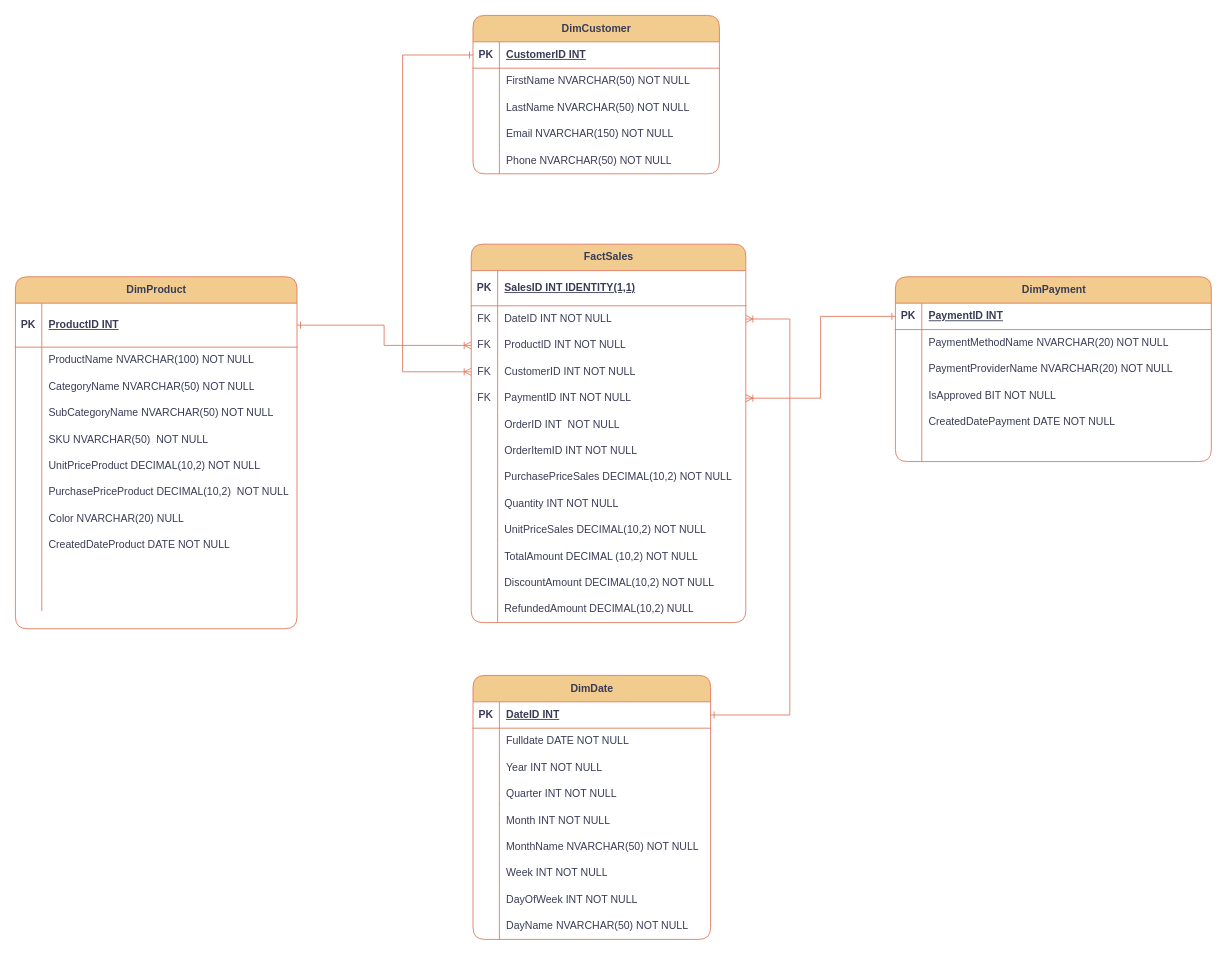
dargys/KimmosLektion keeps this draw.io diagram as page "Star" (1 of 2) of Star and Snowflake - v4.drawio. Above is the earlier version. Source tidied: cells renumbered, new cells numbered last; positions are measured from the earlier drawing's top-left corner, leaving out a move shared by most shapes. Both pictures are drawn from the tidied source at 88%, with x=0, y=0 at pixel (15, 15).
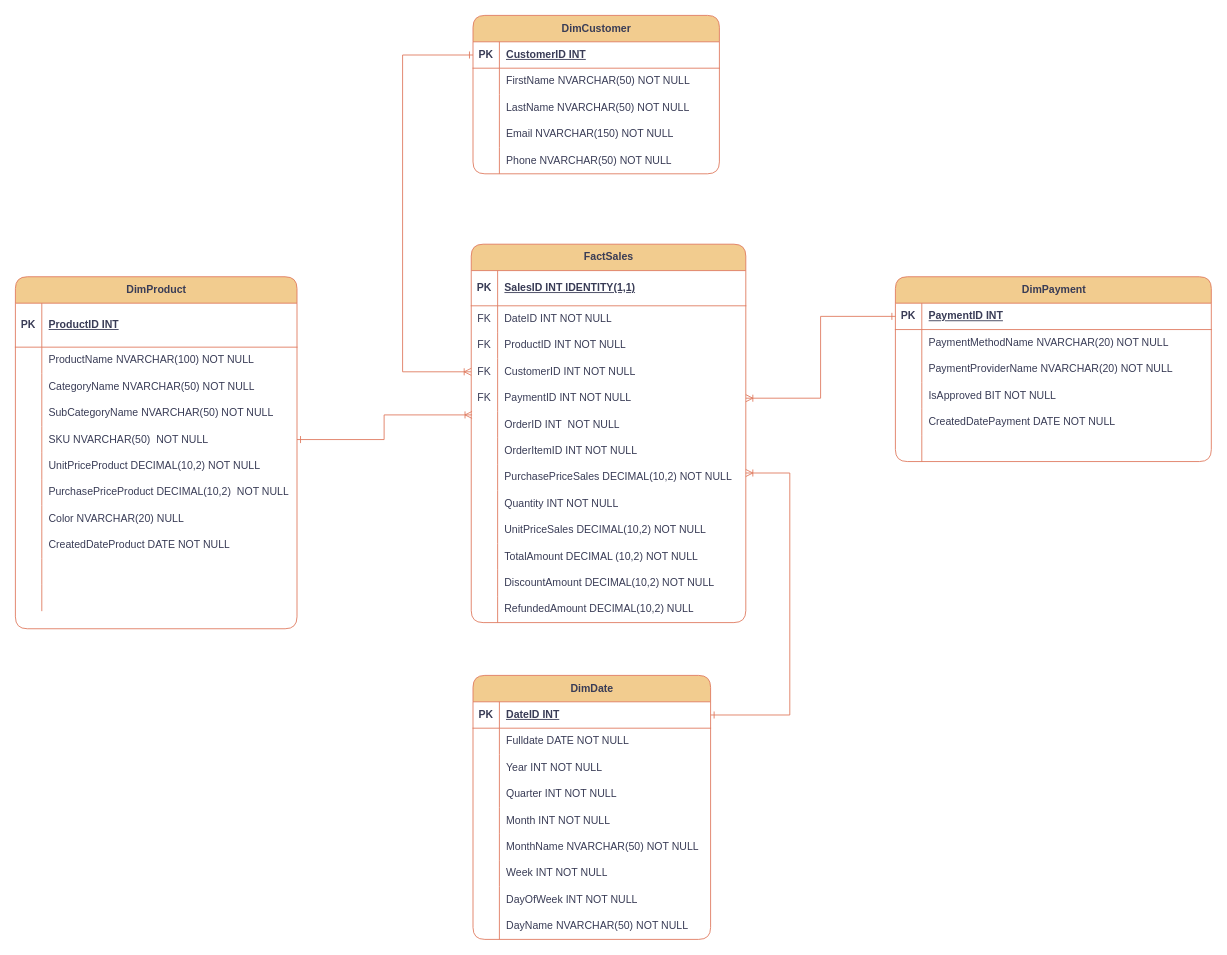
The same page after the edit.

Commit message:
Updated Star Schema lines

The change refers to these unchanged cells:
```xml
<mxCell id="6" style="shape=tableRow;horizontal=0;startSize=0;swimlaneHead=0;swimlaneBody=0;fillColor=none;points=[[0,0.5],[1,0.5]];portConstraint=eastwest;top=0;left=0;right=0;bottom=0;labelBackgroundColor=none;strokeColor=#E07A5F;fontColor=#393C56;rounded=1;" parent="2" vertex="1">
  <mxGeometry y="70" width="312" height="30" as="geometry" />
</mxCell>
<mxCell id="9" style="shape=tableRow;horizontal=0;startSize=0;swimlaneHead=0;swimlaneBody=0;fillColor=none;points=[[0,0.5],[1,0.5]];portConstraint=eastwest;top=0;left=0;right=0;bottom=0;labelBackgroundColor=none;strokeColor=#E07A5F;fontColor=#393C56;rounded=1;" parent="2" vertex="1">
  <mxGeometry y="100" width="312" height="30" as="geometry" />
</mxCell>
<mxCell id="15" style="shape=tableRow;horizontal=0;startSize=0;swimlaneHead=0;swimlaneBody=0;fillColor=none;points=[[0,0.5],[1,0.5]];portConstraint=eastwest;top=0;left=0;right=0;bottom=0;labelBackgroundColor=none;strokeColor=#E07A5F;fontColor=#393C56;rounded=1;" parent="2" vertex="1">
  <mxGeometry y="160" width="312" height="30" as="geometry" />
</mxCell>
<mxCell id="59" style="shape=tableRow;horizontal=0;startSize=0;swimlaneHead=0;swimlaneBody=0;fillColor=none;points=[[0,0.5],[1,0.5]];portConstraint=eastwest;top=0;left=0;right=0;bottom=1;labelBackgroundColor=none;strokeColor=#E07A5F;fontColor=#393C56;rounded=1;" parent="58" vertex="1">
  <mxGeometry y="30" width="270" height="30" as="geometry" />
</mxCell>
<mxCell id="106" style="shape=tableRow;horizontal=0;startSize=0;swimlaneHead=0;swimlaneBody=0;fillColor=none;points=[[0,0.5],[1,0.5]];portConstraint=eastwest;top=0;left=0;right=0;bottom=1;labelBackgroundColor=none;strokeColor=#E07A5F;fontColor=#393C56;rounded=1;" parent="105" vertex="1">
  <mxGeometry y="30" width="320" height="50" as="geometry" />
</mxCell>
<mxCell id="118" style="shape=tableRow;horizontal=0;startSize=0;swimlaneHead=0;swimlaneBody=0;fillColor=none;points=[[0,0.5],[1,0.5]];portConstraint=eastwest;top=0;left=0;right=0;bottom=0;labelBackgroundColor=none;strokeColor=#E07A5F;fontColor=#393C56;rounded=1;" parent="105" vertex="1">
  <mxGeometry y="170" width="320" height="30" as="geometry" />
</mxCell>
```

What changed in the source:
```diff
@@
-    <mxCell id="139" style="edgeStyle=orthogonalEdgeStyle;fontSize=12;html=1;endArrow=ERoneToMany;rounded=0;strokeColor=#E07A5F;fontColor=default;entryX=0;entryY=0.5;entryDx=0;entryDy=0;exitX=1;exitY=0.5;exitDx=0;exitDy=0;labelBackgroundColor=none;endFill=0;startArrow=ERone;startFill=0;" parent="1" edge="1" source="106" target="9">
+    <mxCell id="139" style="edgeStyle=orthogonalEdgeStyle;fontSize=12;html=1;endArrow=ERoneToMany;rounded=0;strokeColor=#E07A5F;fontColor=default;entryX=0.003;entryY=1.133;entryDx=0;entryDy=0;exitX=1;exitY=0.5;exitDx=0;exitDy=0;labelBackgroundColor=none;endFill=0;startArrow=ERone;startFill=0;entryPerimeter=0;" parent="1" edge="1" source="118" target="15">
       <mxGeometry relative="1" as="geometry" />
     </mxCell>
@@
-    <mxCell id="142" style="edgeStyle=orthogonalEdgeStyle;fontSize=12;html=1;endArrow=ERoneToMany;rounded=0;strokeColor=#E07A5F;fontColor=default;exitX=1;exitY=0.5;exitDx=0;exitDy=0;labelBackgroundColor=none;endFill=0;startArrow=ERone;startFill=0;entryX=1;entryY=0.5;entryDx=0;entryDy=0;" parent="1" edge="1" source="59" target="6">
+    <mxCell id="142" style="edgeStyle=orthogonalEdgeStyle;fontSize=12;html=1;endArrow=ERoneToMany;rounded=0;strokeColor=#E07A5F;fontColor=default;exitX=1;exitY=0.5;exitDx=0;exitDy=0;labelBackgroundColor=none;endFill=0;startArrow=ERone;startFill=0;" parent="1" edge="1" source="59">
       <mxGeometry relative="1" as="geometry">
+        <mxPoint x="830" y="520" as="targetPoint" />
         <Array as="points">
           <mxPoint x="880" y="795" />
-          <mxPoint x="880" y="345" />
+          <mxPoint x="880" y="520" />
+          <mxPoint x="830" y="520" />
         </Array>
       </mxGeometry>
     </mxCell>
```
